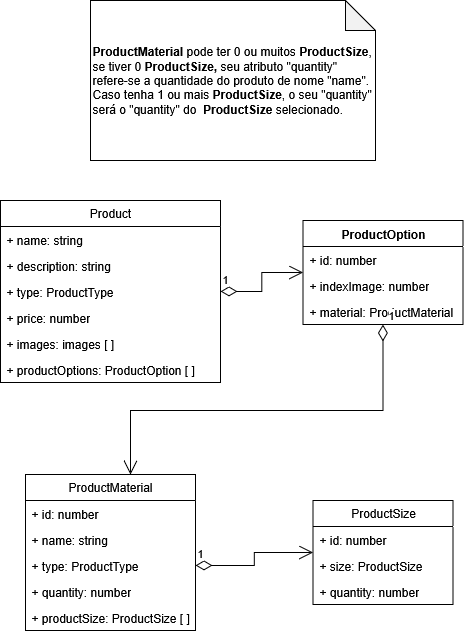
Before: diagrams/Diagrama de Classe de Produto.drawio.png, a diagram exported from draw.io (UlyssesGomes/my-eshop). Source tidied: cells renumbered, new cells last; positions are measured from the earlier drawing's top-left corner, leaving out a move shared by most shapes.
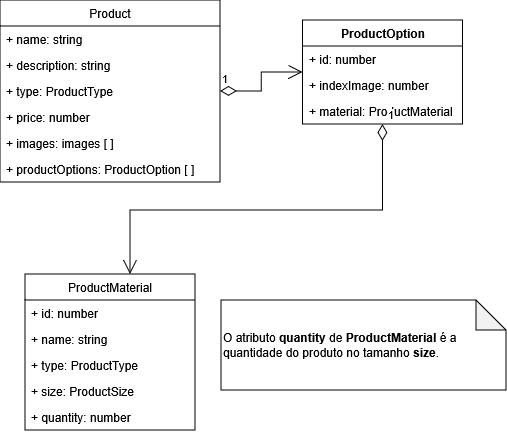
After the change.

Change to the diagram source:
```diff
@@ -2,8 +2,8 @@
   <root>
     <mxCell id="0" />
     <mxCell id="1" parent="0" />
-    <mxCell id="2" value="&lt;div align=&quot;left&quot;&gt;&lt;b&gt;ProductMaterial&lt;/b&gt;&amp;nbsp;pode ter 0 ou muitos &lt;b&gt;ProductSize&lt;/b&gt;, se tiver 0 &lt;b&gt;ProductSize,&lt;/b&gt; seu atributo &quot;quantity&quot; refere-se a quantidade do produto de nome &quot;name&quot;. Caso tenha 1 ou mais &lt;b&gt;ProductSize&lt;/b&gt;, o seu &quot;quantity&quot; será o &quot;quantity&quot; do&amp;nbsp;&amp;nbsp;&lt;b&gt;ProductSize&lt;/b&gt;&amp;nbsp;selecionado.&lt;/div&gt;" style="shape=note;whiteSpace=wrap;html=1;backgroundOutline=1;darkOpacity=0.05;align=left;" parent="1" vertex="1">
-      <mxGeometry x="90" width="285" height="160" as="geometry" />
+    <mxCell id="2" value="&lt;div align=&quot;left&quot;&gt;O atributo&amp;nbsp;&lt;b&gt;quantity&lt;/b&gt;&amp;nbsp;de&lt;b&gt;&amp;nbsp;ProductMaterial&lt;/b&gt;&amp;nbsp;é a quantidade do produto no tamanho &lt;b&gt;size&lt;/b&gt;.&lt;/div&gt;" style="shape=note;whiteSpace=wrap;html=1;backgroundOutline=1;darkOpacity=0.05;align=left;" parent="1" vertex="1">
+      <mxGeometry x="221" y="500" width="285" height="90" as="geometry" />
     </mxCell>
     <mxCell id="3" value="ProductOption" style="swimlane;fontStyle=1;align=center;verticalAlign=top;horizontal=1;startSize=26;whiteSpace=wrap;html=1;" parent="1" vertex="1">
       <mxGeometry x="302.5" y="220" width="160" height="104" as="geometry" />
@@ -61,26 +61,11 @@
     <mxCell id="19" value="+ type: ProductType" style="text;strokeColor=none;fillColor=none;align=left;verticalAlign=top;spacingLeft=4;spacingRight=4;overflow=hidden;points=[[0,0.5],[1,0.5]];portConstraint=eastwest;whiteSpace=wrap;html=1;" parent="16" vertex="1">
       <mxGeometry y="78" width="170" height="26" as="geometry" />
     </mxCell>
+    <mxCell id="24" value="&lt;div&gt;+ size: ProductSize&lt;/div&gt;&lt;div&gt;&lt;br&gt;&lt;/div&gt;" style="text;strokeColor=none;fillColor=none;align=left;verticalAlign=top;spacingLeft=4;spacingRight=4;overflow=hidden;whiteSpace=wrap;html=1;" parent="16" vertex="1">
+      <mxGeometry y="104" width="170" height="26" as="geometry" />
+    </mxCell>
     <mxCell id="20" value="+ quantity: number" style="text;strokeColor=none;fillColor=none;align=left;verticalAlign=top;spacingLeft=4;spacingRight=4;overflow=hidden;whiteSpace=wrap;html=1;" parent="16" vertex="1">
-      <mxGeometry y="104" width="170" height="26" as="geometry" />
+      <mxGeometry y="130" width="170" height="26" as="geometry" />
     </mxCell>
-    <mxCell id="21" value="+ productSize: ProductSize [ ]" style="text;strokeColor=none;fillColor=none;align=left;verticalAlign=top;spacingLeft=4;spacingRight=4;overflow=hidden;whiteSpace=wrap;html=1;" parent="16" vertex="1">
-      <mxGeometry y="130" width="170" height="26" as="geometry" />
-    </mxCell>
-    <mxCell id="22" value="ProductSize" style="swimlane;fontStyle=0;horizontal=1;startSize=26;fillColor=none;whiteSpace=wrap;html=1;" parent="1" vertex="1">
-      <mxGeometry x="312.5" y="500" width="140" height="104" as="geometry" />
-    </mxCell>
-    <mxCell id="23" value="+ id: number" style="text;strokeColor=none;fillColor=none;align=left;verticalAlign=top;spacingLeft=4;spacingRight=4;overflow=hidden;whiteSpace=wrap;html=1;" parent="22" vertex="1">
-      <mxGeometry y="26" width="140" height="26" as="geometry" />
-    </mxCell>
-    <mxCell id="24" value="+ size: ProductSize" style="text;strokeColor=none;fillColor=none;align=left;verticalAlign=top;spacingLeft=4;spacingRight=4;overflow=hidden;whiteSpace=wrap;html=1;" parent="22" vertex="1">
-      <mxGeometry y="52" width="140" height="26" as="geometry" />
-    </mxCell>
-    <mxCell id="25" value="+ quantity: number" style="text;strokeColor=none;fillColor=none;align=left;verticalAlign=top;spacingLeft=4;spacingRight=4;overflow=hidden;whiteSpace=wrap;html=1;" parent="22" vertex="1">
-      <mxGeometry y="78" width="140" height="26" as="geometry" />
-    </mxCell>
-    <mxCell id="26" value="1" style="endArrow=open;html=1;endSize=12;startArrow=diamondThin;startSize=14;startFill=0;edgeStyle=orthogonalEdgeStyle;align=left;verticalAlign=bottom;rounded=0;exitX=1;exitY=0.5;exitDx=0;exitDy=0;" parent="1" edge="1" source="19" target="22">
-      <mxGeometry x="-1" y="3" relative="1" as="geometry" />
-    </mxCell>
   </root>
 </mxGraphModel>
```
